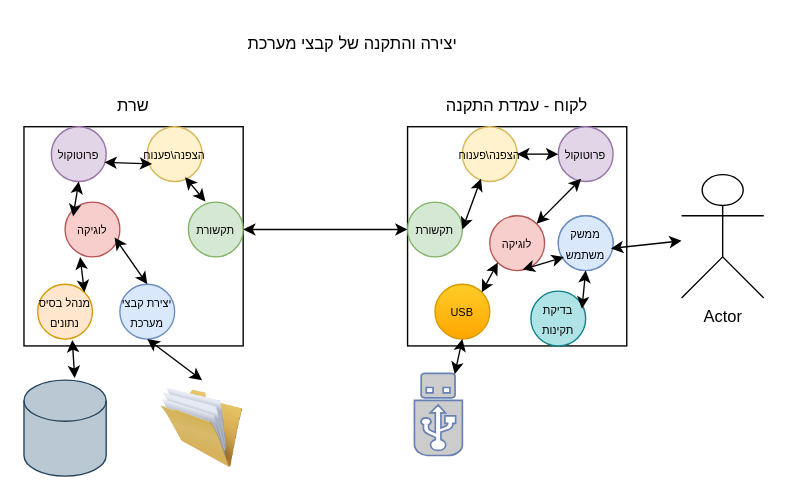
Earlier version of the draw.io diagram draws/יצירת קבצי מערכת.drawio (Eyalen22/Project). Source tidied: cells renumbered, new cells numbered last; positions are measured from the earlier drawing's top-left corner, leaving out a move shared by most shapes. Both pictures are drawn from the tidied source at 137%, with x=0, y=0 at pixel (23, 23).
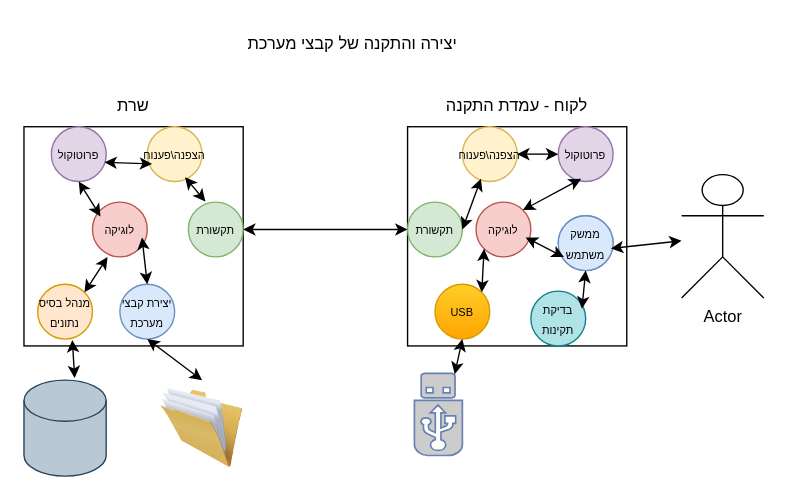
The same diagram, later.

The change refers to these unchanged cells:
```xml
<mxCell id="13" value="&lt;font style=&quot;font-size: 8px;&quot;&gt;ממשק משתמש&lt;/font&gt;" style="ellipse;whiteSpace=wrap;html=1;fillColor=#dae8fc;strokeColor=#6c8ebf;" parent="1" vertex="1">
  <mxGeometry x="390" y="140" width="40" height="40" as="geometry" />
</mxCell>
```

Change to the diagram source:
```diff
@@
     <mxCell id="8" value="&lt;font style=&quot;font-size: 8px;&quot;&gt;לוגיקה&lt;/font&gt;" style="ellipse;whiteSpace=wrap;html=1;fillColor=#f8cecc;strokeColor=#b85450;" parent="1" vertex="1">
-      <mxGeometry x="340" y="140" width="40" height="40" as="geometry" />
+      <mxGeometry x="330" y="130" width="40" height="40" as="geometry" />
     </mxCell>
@@
     <mxCell id="16" value="&lt;font style=&quot;font-size: 8px;&quot;&gt;לוגיקה&lt;/font&gt;" style="ellipse;whiteSpace=wrap;html=1;fillColor=#f8cecc;strokeColor=#b85450;" parent="1" vertex="1">
-      <mxGeometry x="30" y="130" width="40" height="40" as="geometry" />
+      <mxGeometry x="50" y="130" width="40" height="40" as="geometry" />
     </mxCell>
@@
-    <mxCell id="24" style="endArrow=classic;startArrow=classic;html=1;rounded=0;entryX=0.596;entryY=0.982;entryDx=0;entryDy=0;entryPerimeter=0;exitX=0.104;exitY=0.754;exitDx=0;exitDy=0;exitPerimeter=0;" parent="1" edge="1" source="13" target="8">
+    <mxCell id="24" style="endArrow=classic;startArrow=classic;html=1;rounded=0;entryX=0.904;entryY=0.646;entryDx=0;entryDy=0;entryPerimeter=0;exitX=0.104;exitY=0.754;exitDx=0;exitDy=0;exitPerimeter=0;" parent="1" edge="1" source="13" target="8">
       <mxGeometry relative="1" as="geometry" />
     </mxCell>
```
